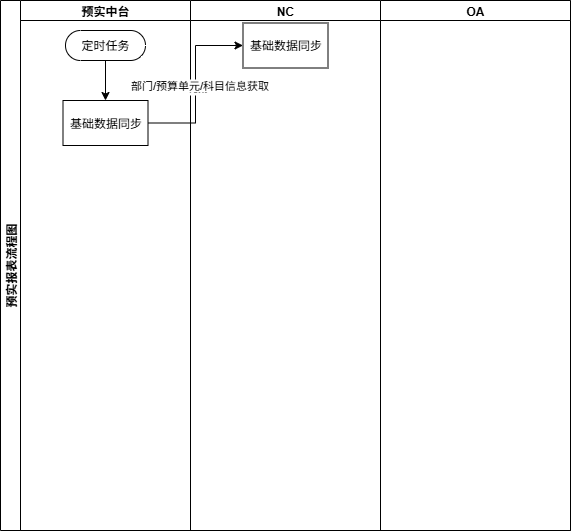
Above: 预实报表业务流程图.drawio.png in dark-hxx/Flowchart (draw.io), before the change. Source tidied: cells renumbered, new cells last; positions are measured from the earlier drawing's top-left corner, leaving out a move shared by most shapes.
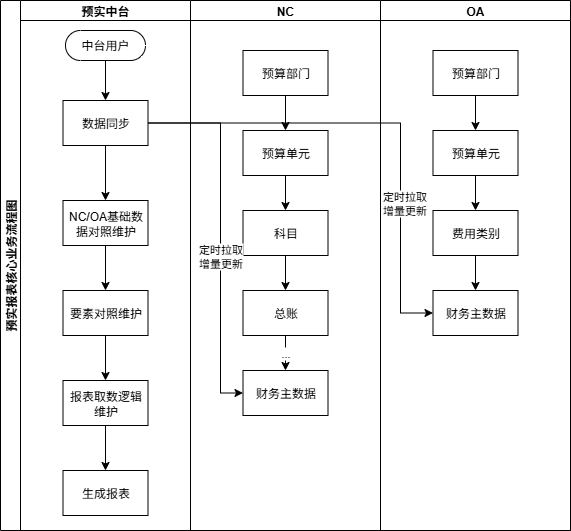
The same file after the commit.

Commit message:
更新预实报表业务流程图.drawio.png

What changed in the source:
```diff
@@ -2,7 +2,7 @@
   <root>
     <mxCell id="0" />
     <mxCell id="1" parent="0" />
-    <mxCell id="2" value="预实报表流程图" style="swimlane;startSize=20;horizontal=0;" parent="1" vertex="1">
+    <mxCell id="2" value="预实报表核心业务流程图" style="swimlane;startSize=20;horizontal=0;" parent="1" vertex="1">
       <mxGeometry width="570" height="530" as="geometry" />
     </mxCell>
     <mxCell id="3" value="预实中台" style="swimlane;startSize=20;" parent="2" vertex="1">
@@ -11,29 +11,117 @@
     <mxCell id="4" style="edgeStyle=orthogonalEdgeStyle;rounded=0;jettySize=auto;html=1;" parent="3" edge="1" source="5" target="6">
       <mxGeometry relative="1" as="geometry" />
     </mxCell>
-    <mxCell id="5" value="定时任务" style="html=1;dashed=0;whiteSpace=wrap;shape=mxgraph.dfd.start;" parent="3" vertex="1">
+    <mxCell id="5" value="中台用户" style="html=1;dashed=0;whiteSpace=wrap;shape=mxgraph.dfd.start;" parent="3" vertex="1">
       <mxGeometry x="45" y="30" width="80" height="30" as="geometry" />
     </mxCell>
+    <mxCell id="13" style="edgeStyle=orthogonalEdgeStyle;rounded=0;jettySize=auto;html=1;" parent="3" edge="1" source="6" target="15">
+      <mxGeometry relative="1" as="geometry" />
+    </mxCell>
-    <mxCell id="6" value="基础数据同步" style="whiteSpace=wrap;html=1;dashed=0;" parent="3" vertex="1">
+    <mxCell id="6" value="数据同步" style="whiteSpace=wrap;html=1;dashed=0;" parent="3" vertex="1">
       <mxGeometry x="42.5" y="100" width="85" height="45" as="geometry" />
     </mxCell>
+    <mxCell id="14" style="edgeStyle=orthogonalEdgeStyle;rounded=0;jettySize=auto;html=1;" parent="3" edge="1" source="15" target="17">
+      <mxGeometry relative="1" as="geometry" />
+    </mxCell>
+    <mxCell id="15" value="NC/OA基础数据对照维护" style="whiteSpace=wrap;html=1;dashed=0;" parent="3" vertex="1">
+      <mxGeometry x="42.5" y="200" width="85" height="45" as="geometry" />
+    </mxCell>
+    <mxCell id="16" style="edgeStyle=orthogonalEdgeStyle;rounded=0;jettySize=auto;html=1;" parent="3" edge="1" source="17" target="19">
+      <mxGeometry relative="1" as="geometry" />
+    </mxCell>
+    <mxCell id="17" value="要素对照维护" style="whiteSpace=wrap;html=1;dashed=0;" parent="3" vertex="1">
+      <mxGeometry x="42.5" y="290" width="85" height="45" as="geometry" />
+    </mxCell>
+    <mxCell id="18" style="edgeStyle=orthogonalEdgeStyle;rounded=0;jettySize=auto;html=1;" parent="3" edge="1" source="19" target="20">
+      <mxGeometry relative="1" as="geometry" />
+    </mxCell>
+    <mxCell id="19" value="报表取数逻辑维护" style="whiteSpace=wrap;html=1;dashed=0;" parent="3" vertex="1">
+      <mxGeometry x="42.5" y="380" width="85" height="45" as="geometry" />
+    </mxCell>
+    <mxCell id="20" value="生成报表" style="whiteSpace=wrap;html=1;dashed=0;" parent="3" vertex="1">
+      <mxGeometry x="42.5" y="470" width="85" height="45" as="geometry" />
+    </mxCell>
     <mxCell id="7" value="NC" style="swimlane;startSize=20;" parent="2" vertex="1">
       <mxGeometry x="190" width="190" height="530" as="geometry" />
     </mxCell>
+    <mxCell id="21" style="edgeStyle=orthogonalEdgeStyle;rounded=0;jettySize=auto;html=1;entryX=0.5;entryY=0;entryDx=0;entryDy=0;" parent="7" edge="1" source="8" target="23">
+      <mxGeometry relative="1" as="geometry" />
+    </mxCell>
-    <mxCell id="8" value="基础数据同步" style="whiteSpace=wrap;html=1;dashed=0;" parent="7" vertex="1">
-      <mxGeometry x="52.5" y="22.5" width="85" height="45" as="geometry" />
+    <mxCell id="8" value="预算部门" style="whiteSpace=wrap;html=1;dashed=0;" parent="7" vertex="1">
+      <mxGeometry x="52.5" y="50" width="85" height="45" as="geometry" />
     </mxCell>
+    <mxCell id="22" style="edgeStyle=orthogonalEdgeStyle;rounded=0;jettySize=auto;html=1;entryX=0.5;entryY=0;entryDx=0;entryDy=0;" parent="7" edge="1" source="23" target="25">
+      <mxGeometry relative="1" as="geometry" />
+    </mxCell>
+    <mxCell id="23" value="预算单元" style="whiteSpace=wrap;html=1;dashed=0;" parent="7" vertex="1">
+      <mxGeometry x="52.5" y="130" width="85" height="45" as="geometry" />
+    </mxCell>
+    <mxCell id="24" style="edgeStyle=orthogonalEdgeStyle;rounded=0;jettySize=auto;html=1;" parent="7" edge="1" source="25" target="28">
+      <mxGeometry relative="1" as="geometry" />
+    </mxCell>
+    <mxCell id="25" value="科目" style="whiteSpace=wrap;html=1;dashed=0;" parent="7" vertex="1">
+      <mxGeometry x="52.5" y="210" width="85" height="45" as="geometry" />
+    </mxCell>
+    <mxCell id="26" style="edgeStyle=orthogonalEdgeStyle;rounded=0;jettySize=auto;html=1;entryX=0.5;entryY=0;entryDx=0;entryDy=0;" parent="7" edge="1" source="28" target="29">
+      <mxGeometry relative="1" as="geometry" />
+    </mxCell>
+    <mxCell id="27" value="..." style="edgeLabel;html=1;align=center;verticalAlign=middle;" parent="26" vertex="1">
+      <mxGeometry x="0.22" y="-1" relative="1" as="geometry" />
+    </mxCell>
+    <mxCell id="28" value="总账" style="whiteSpace=wrap;html=1;dashed=0;" parent="7" vertex="1">
+      <mxGeometry x="52.5" y="290" width="85" height="45" as="geometry" />
+    </mxCell>
+    <mxCell id="29" value="财务主数据" style="whiteSpace=wrap;html=1;dashed=0;" parent="7" vertex="1">
+      <mxGeometry x="52.5" y="370" width="85" height="45" as="geometry" />
+    </mxCell>
     <mxCell id="9" value="OA" style="swimlane;startSize=20;" parent="2" vertex="1">
       <mxGeometry x="380" width="190" height="530" as="geometry" />
     </mxCell>
-    <mxCell id="10" style="edgeStyle=orthogonalEdgeStyle;rounded=0;jettySize=auto;html=1;entryX=0;entryY=0.5;entryDx=0;entryDy=0;" parent="2" edge="1" source="6" target="8">
-      <mxGeometry relative="1" as="geometry" />
-    </mxCell>
-    <mxCell id="11" value="Text" style="edgeLabel;html=1;align=center;verticalAlign=middle;" parent="10" vertex="1">
-      <mxGeometry x="-0.04" relative="1" as="geometry" />
-    </mxCell>
-    <mxCell id="12" value="部门/预算单元/科目信息获取" style="edgeLabel;html=1;align=center;verticalAlign=middle;" parent="10" vertex="1">
-      <mxGeometry x="-0.01" y="-3" relative="1" as="geometry" />
-    </mxCell>
+    <mxCell id="30" style="edgeStyle=orthogonalEdgeStyle;rounded=0;jettySize=auto;html=1;" parent="9" edge="1" source="31" target="33">
+      <mxGeometry relative="1" as="geometry" />
+    </mxCell>
+    <mxCell id="31" value="预算部门" style="whiteSpace=wrap;html=1;dashed=0;" parent="9" vertex="1">
+      <mxGeometry x="52.5" y="50" width="85" height="45" as="geometry" />
+    </mxCell>
+    <mxCell id="32" style="edgeStyle=orthogonalEdgeStyle;rounded=0;jettySize=auto;html=1;entryX=0.5;entryY=0;entryDx=0;entryDy=0;" parent="9" edge="1" source="33" target="35">
+      <mxGeometry relative="1" as="geometry" />
+    </mxCell>
+    <mxCell id="33" value="预算单元" style="whiteSpace=wrap;html=1;dashed=0;" parent="9" vertex="1">
+      <mxGeometry x="52.5" y="130" width="85" height="45" as="geometry" />
+    </mxCell>
+    <mxCell id="34" style="edgeStyle=orthogonalEdgeStyle;rounded=0;jettySize=auto;html=1;" parent="9" edge="1" source="35" target="36">
+      <mxGeometry relative="1" as="geometry" />
+    </mxCell>
+    <mxCell id="35" value="费用类别" style="whiteSpace=wrap;html=1;dashed=0;" parent="9" vertex="1">
+      <mxGeometry x="52.5" y="210" width="85" height="45" as="geometry" />
+    </mxCell>
+    <mxCell id="36" value="财务主数据" style="whiteSpace=wrap;html=1;dashed=0;" parent="9" vertex="1">
+      <mxGeometry x="52.5" y="290" width="85" height="45" as="geometry" />
+    </mxCell>
+    <mxCell id="37" style="edgeStyle=orthogonalEdgeStyle;rounded=0;orthogonalLoop=1;jettySize=auto;html=1;exitX=0.5;exitY=1;exitDx=0;exitDy=0;" parent="9" edge="1" source="36" target="36">
+      <mxGeometry relative="1" as="geometry" />
+    </mxCell>
+    <mxCell id="38" style="edgeStyle=orthogonalEdgeStyle;rounded=0;jettySize=auto;html=1;entryX=0;entryY=0.5;entryDx=0;entryDy=0;" parent="2" edge="1" source="6" target="29">
+      <mxGeometry relative="1" as="geometry">
+        <Array as="points">
+          <mxPoint x="220" y="123" />
+          <mxPoint x="220" y="393" />
+        </Array>
+      </mxGeometry>
+    </mxCell>
+    <mxCell id="39" value="定时拉取&lt;div&gt;增量更新&lt;/div&gt;" style="edgeLabel;html=1;align=center;verticalAlign=middle;" parent="38" vertex="1">
+      <mxGeometry x="0.13" y="-1" relative="1" as="geometry" />
+    </mxCell>
+    <mxCell id="40" style="edgeStyle=orthogonalEdgeStyle;rounded=0;jettySize=auto;html=1;entryX=0;entryY=0.5;entryDx=0;entryDy=0;" parent="2" edge="1" source="6" target="36">
+      <mxGeometry relative="1" as="geometry">
+        <Array as="points">
+          <mxPoint x="400" y="123" />
+          <mxPoint x="400" y="313" />
+        </Array>
+      </mxGeometry>
+    </mxCell>
+    <mxCell id="41" value="定时拉取&lt;br&gt;增量更新" style="edgeLabel;html=1;align=center;verticalAlign=middle;" parent="40" vertex="1">
+      <mxGeometry x="0.4" y="3" relative="1" as="geometry" />
+    </mxCell>
   </root>
 </mxGraphModel>
```
